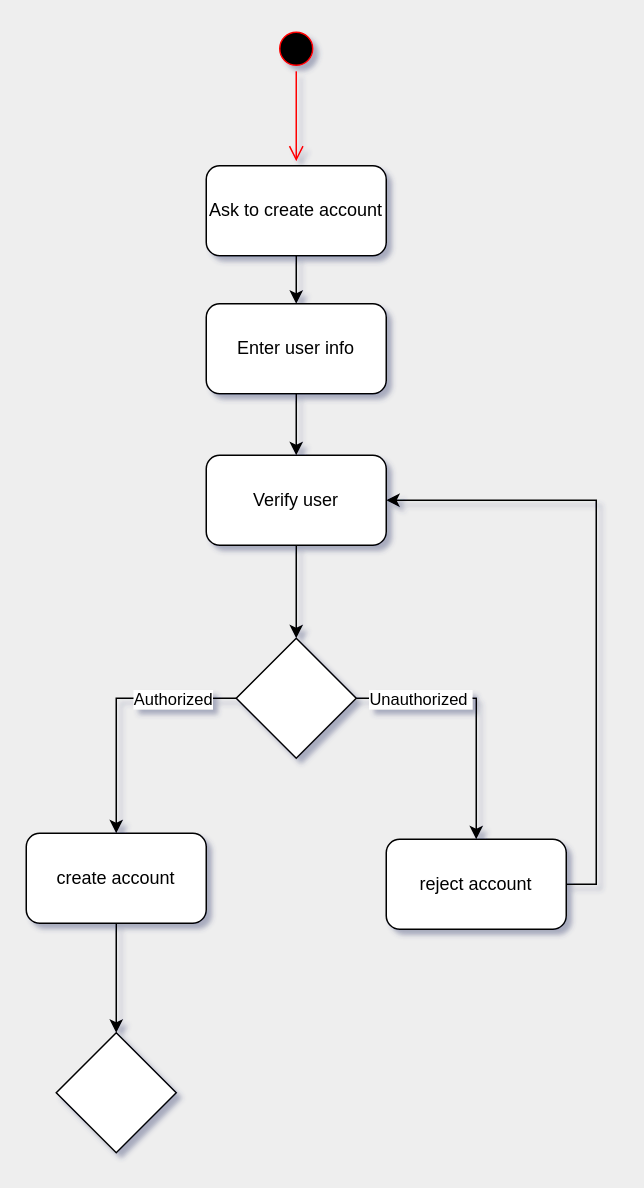
Earlier version of the draw.io diagram SchoolMSCalssDiagram.drawio (hassancodeanwar/Python_Pojects). Source tidied: cells renumbered, new cells numbered last; positions are measured from the earlier drawing's top-left corner, leaving out a move shared by most shapes. Both pictures are drawn from the tidied source at 150%, with x=0, y=0 at pixel (26, 26).
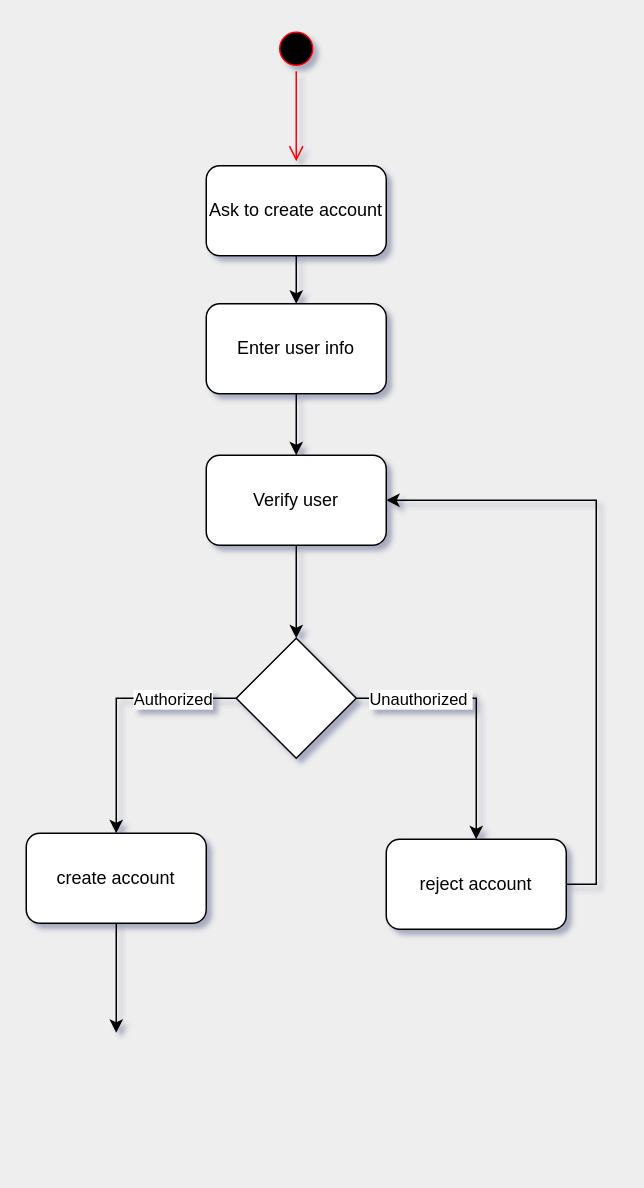
The same diagram, later.

The change refers to these unchanged cells:
```xml
<mxCell id="16" value="create account" style="rounded=1;whiteSpace=wrap;html=1;" parent="1" vertex="1">
  <mxGeometry y="538" width="120" height="60" as="geometry" />
</mxCell>
```

Change to the diagram source:
```diff
@@
-    <mxCell id="15" style="edgeStyle=orthogonalEdgeStyle;rounded=0;jettySize=auto;html=1;exitX=0.5;exitY=1;exitDx=0;exitDy=0;entryX=0.5;entryY=0;entryDx=0;entryDy=0;" parent="1" edge="1" source="16" target="18">
-      <mxGeometry relative="1" as="geometry" />
+    <mxCell id="15" style="edgeStyle=orthogonalEdgeStyle;rounded=0;jettySize=auto;html=1;exitX=0.5;exitY=1;exitDx=0;exitDy=0;entryX=0.5;entryY=0;entryDx=0;entryDy=0;" parent="1" edge="1" source="16">
+      <mxGeometry relative="1" as="geometry">
+        <mxPoint x="60" y="671" as="targetPoint" />
+      </mxGeometry>
     </mxCell>
@@
-    <mxCell id="18" style="rhombus;whiteSpace=wrap;html=1;" parent="1" vertex="1">
-      <mxGeometry x="20" y="671" width="80" height="80" as="geometry" />
-    </mxCell>
```
